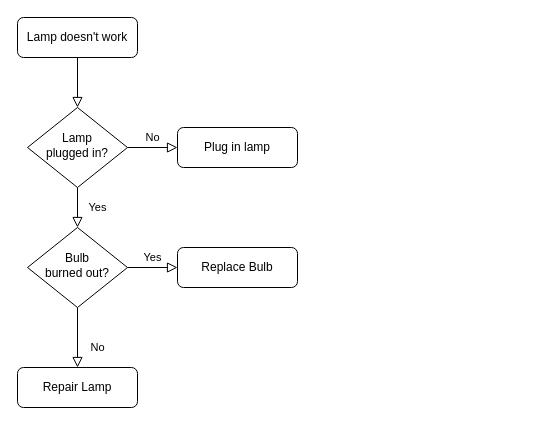
This is page "Page-1" (1 of 2) of Untitled Diagram.drawio from sophister/draw.io.storage, a draw.io file, before an edit. Source tidied: cells renumbered, new cells numbered last; positions are measured from the earlier drawing's top-left corner, leaving out a move shared by most shapes. Both pictures are drawn from the tidied source at 100%, with x=0, y=0 at pixel (17, 17).
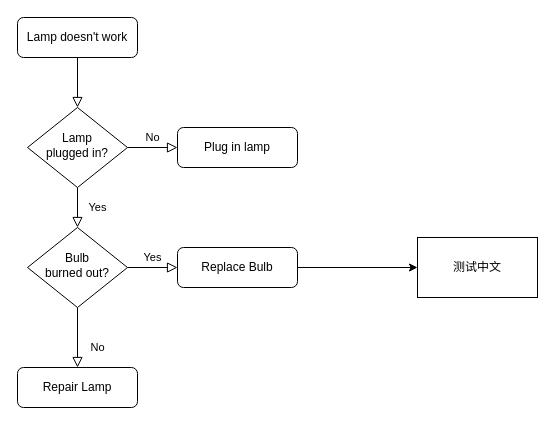
The same page after the edit.

Diff of the diagram source:
```diff
@@
 <mxGraphModel>
   <root>
     <mxCell id="0" />
     <mxCell id="1" parent="0" />
     <mxCell id="2" style="rounded=0;html=1;jettySize=auto;fontSize=11;endArrow=block;endFill=0;endSize=8;strokeWidth=1;shadow=0;labelBackgroundColor=none;edgeStyle=orthogonalEdgeStyle;" parent="1" edge="1" source="3" target="6">
       <mxGeometry relative="1" as="geometry" />
     </mxCell>
     <mxCell id="3" value="Lamp doesn't work" style="rounded=1;whiteSpace=wrap;html=1;fontSize=12;glass=0;strokeWidth=1;shadow=0;" parent="1" vertex="1">
       <mxGeometry width="120" height="40" as="geometry" />
     </mxCell>
     <mxCell id="4" value="Yes" style="rounded=0;html=1;jettySize=auto;fontSize=11;endArrow=block;endFill=0;endSize=8;strokeWidth=1;shadow=0;labelBackgroundColor=none;edgeStyle=orthogonalEdgeStyle;" parent="1" edge="1" source="6" target="10">
       <mxGeometry y="20" relative="1" as="geometry" />
     </mxCell>
     <mxCell id="5" value="No" style="edgeStyle=orthogonalEdgeStyle;rounded=0;html=1;jettySize=auto;fontSize=11;endArrow=block;endFill=0;endSize=8;strokeWidth=1;shadow=0;labelBackgroundColor=none;" parent="1" edge="1" source="6" target="7">
       <mxGeometry y="10" relative="1" as="geometry" />
     </mxCell>
     <mxCell id="6" value="Lamp&lt;br&gt;plugged in?" style="rhombus;whiteSpace=wrap;html=1;shadow=0;fontFamily=Helvetica;fontSize=12;align=center;strokeWidth=1;spacing=6;spacingTop=-4;" parent="1" vertex="1">
       <mxGeometry x="10" y="90" width="100" height="80" as="geometry" />
     </mxCell>
     <mxCell id="7" value="Plug in lamp" style="rounded=1;whiteSpace=wrap;html=1;fontSize=12;glass=0;strokeWidth=1;shadow=0;" parent="1" vertex="1">
       <mxGeometry x="160" y="110" width="120" height="40" as="geometry" />
     </mxCell>
     <mxCell id="8" value="No" style="rounded=0;html=1;jettySize=auto;fontSize=11;endArrow=block;endFill=0;endSize=8;strokeWidth=1;shadow=0;labelBackgroundColor=none;edgeStyle=orthogonalEdgeStyle;" parent="1" edge="1" source="10" target="11">
       <mxGeometry x="0.33" y="20" relative="1" as="geometry" />
     </mxCell>
     <mxCell id="9" value="Yes" style="edgeStyle=orthogonalEdgeStyle;rounded=0;html=1;jettySize=auto;fontSize=11;endArrow=block;endFill=0;endSize=8;strokeWidth=1;shadow=0;labelBackgroundColor=none;" parent="1" edge="1" source="10" target="12">
       <mxGeometry y="10" relative="1" as="geometry" />
     </mxCell>
     <mxCell id="10" value="Bulb&lt;br&gt;burned out?" style="rhombus;whiteSpace=wrap;html=1;shadow=0;fontFamily=Helvetica;fontSize=12;align=center;strokeWidth=1;spacing=6;spacingTop=-4;" parent="1" vertex="1">
       <mxGeometry x="10" y="210" width="100" height="80" as="geometry" />
     </mxCell>
     <mxCell id="11" value="Repair Lamp" style="rounded=1;whiteSpace=wrap;html=1;fontSize=12;glass=0;strokeWidth=1;shadow=0;" parent="1" vertex="1">
       <mxGeometry y="350" width="120" height="40" as="geometry" />
     </mxCell>
+    <mxCell id="13" style="edgeStyle=orthogonalEdgeStyle;rounded=0;jettySize=auto;html=1;exitX=1;exitY=0.5;exitDx=0;exitDy=0;entryX=0;entryY=0.5;entryDx=0;entryDy=0;" parent="1" edge="1" source="12" target="14">
+      <mxGeometry relative="1" as="geometry" />
+    </mxCell>
     <mxCell id="12" value="Replace Bulb" style="rounded=1;whiteSpace=wrap;html=1;fontSize=12;glass=0;strokeWidth=1;shadow=0;" parent="1" vertex="1">
       <mxGeometry x="160" y="230" width="120" height="40" as="geometry" />
     </mxCell>
+    <mxCell id="14" value="测试中文" style="rounded=0;whiteSpace=wrap;html=1;" parent="1" vertex="1">
+      <mxGeometry x="400" y="220" width="120" height="60" as="geometry" />
+    </mxCell>
   </root>
 </mxGraphModel>
```
